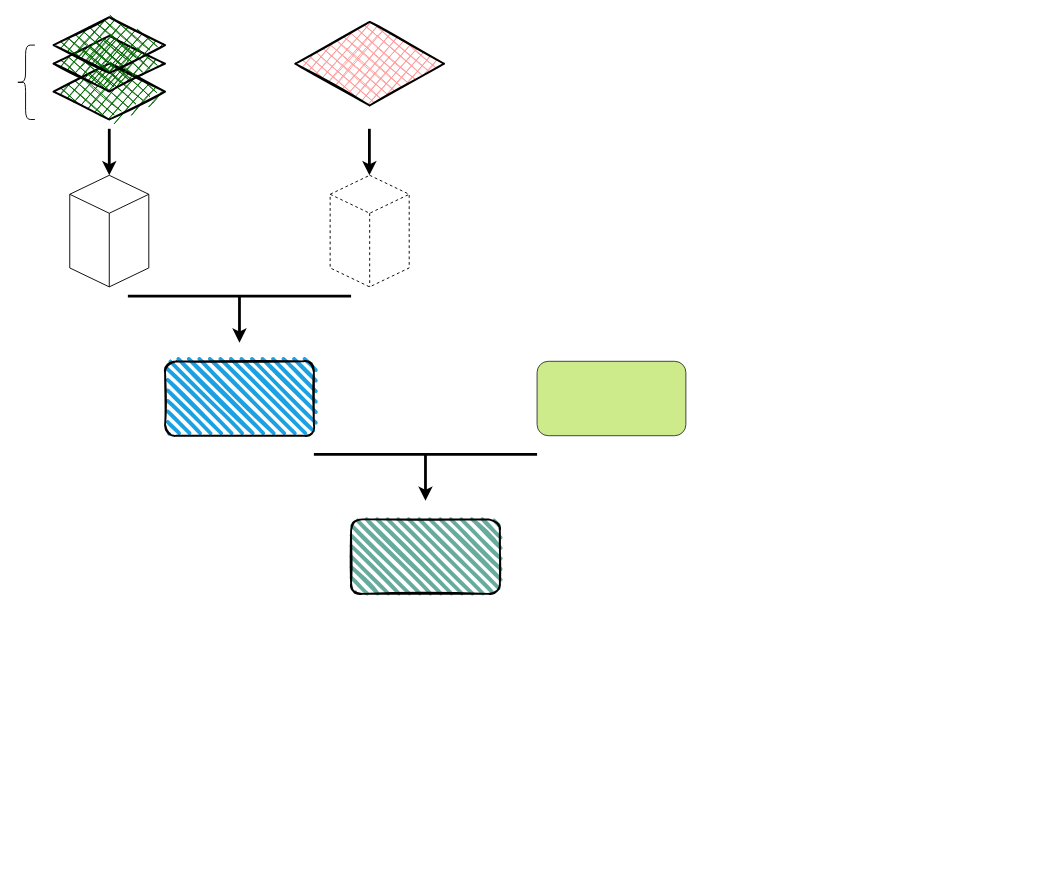
This is Visual_Inspection.drawio from lkebnl/Draw_IO, a draw.io file, before an edit. Source tidied: cells renumbered, new cells numbered last; positions are measured from the earlier drawing's top-left corner, leaving out a move shared by most shapes. Both pictures are drawn from the tidied source at 93%, with x=0, y=0 at pixel (16, 17).
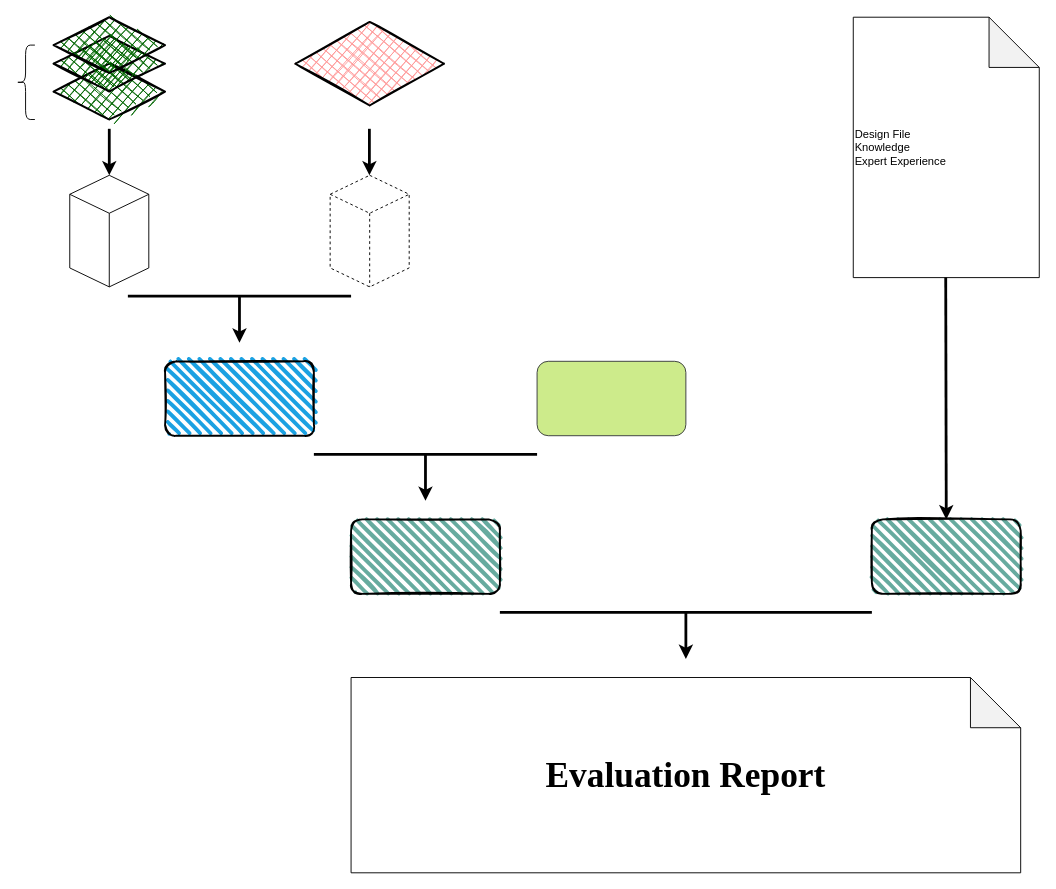
The same page after the edit.

The edit, as a diff of the source:
```diff
@@
+    <mxCell id="18" style="rounded=1;whiteSpace=wrap;html=1;strokeWidth=2;fillWeight=4;hachureGap=8;hachureAngle=45;fillColor=#67AB9F;sketch=1;" parent="1" vertex="1">
+      <mxGeometry x="920" y="540" width="160" height="80" as="geometry" />
+    </mxCell>
+    <mxCell id="19" style="endArrow=none;html=1;rounded=0;strokeWidth=3;" parent="1" edge="1">
+      <mxGeometry relative="1" as="geometry">
+        <mxPoint x="520" y="640" as="sourcePoint" />
+        <mxPoint x="920" y="640" as="targetPoint" />
+      </mxGeometry>
+    </mxCell>
+    <mxCell id="20" style="endArrow=classic;html=1;rounded=0;strokeWidth=3;" parent="1" edge="1">
+      <mxGeometry relative="1" as="geometry">
+        <mxPoint x="720" y="640" as="sourcePoint" />
+        <mxPoint x="720" y="690" as="targetPoint" />
+      </mxGeometry>
+    </mxCell>
+    <mxCell id="21" value="Design File&lt;div&gt;Knowledge&lt;/div&gt;&lt;div&gt;Expert Experience&lt;/div&gt;" style="shape=note;whiteSpace=wrap;html=1;backgroundOutline=1;darkOpacity=0.05;size=54;align=left;" parent="1" vertex="1">
+      <mxGeometry x="900" width="200" height="280" as="geometry" />
+    </mxCell>
+    <mxCell id="22" style="endArrow=classic;html=1;rounded=0;strokeWidth=3;entryX=0.5;entryY=0;entryDx=0;entryDy=0;" parent="1" edge="1" target="18">
+      <mxGeometry relative="1" as="geometry">
+        <mxPoint x="999.4" y="280" as="sourcePoint" />
+      </mxGeometry>
+    </mxCell>
+    <mxCell id="23" value="&lt;h1&gt;&lt;font face=&quot;Times New Roman&quot; style=&quot;font-size: 38px;&quot;&gt;Evaluation Report&lt;/font&gt;&lt;/h1&gt;" style="shape=note;whiteSpace=wrap;html=1;backgroundOutline=1;darkOpacity=0.05;size=54;" parent="1" vertex="1">
+      <mxGeometry x="360" y="710" width="720" height="210" as="geometry" />
+    </mxCell>
```
